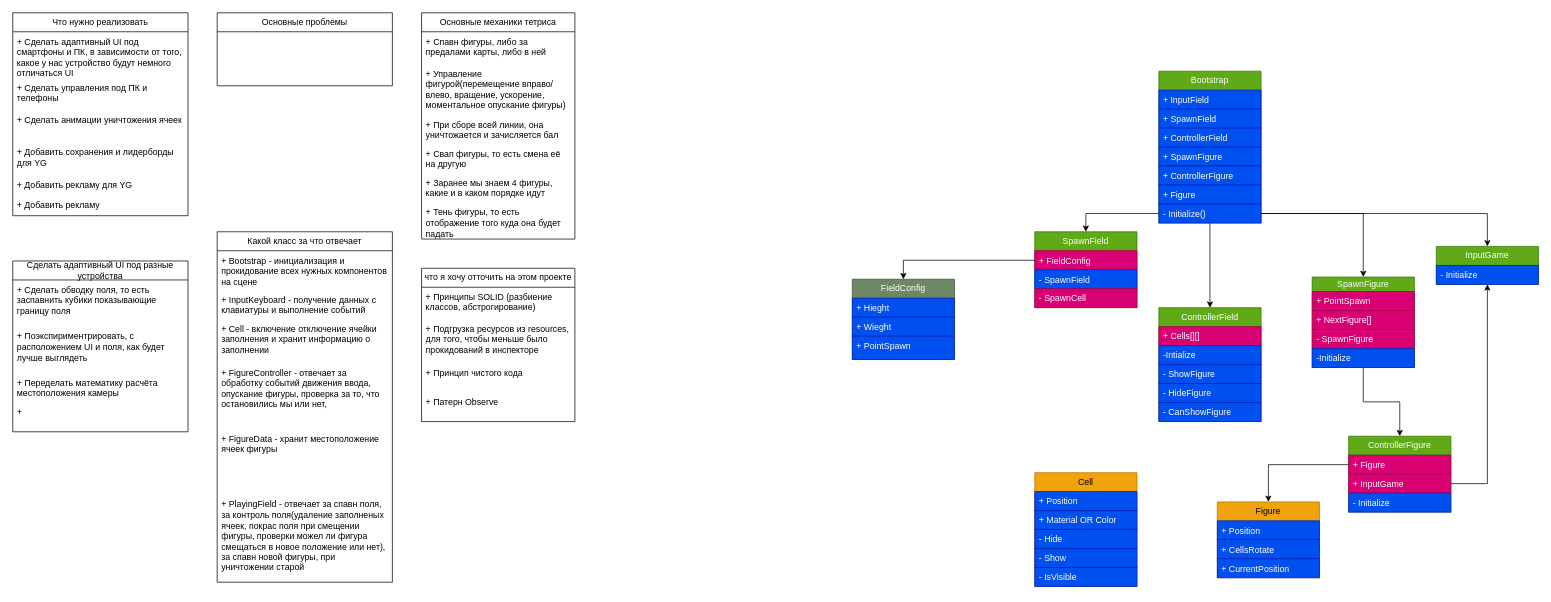
Earlier version of the draw.io diagram TetrisGame.drawio (Bablakov/Tetris). Source tidied: cells renumbered, new cells numbered last; positions are measured from the earlier drawing's top-left corner, leaving out a move shared by most shapes. Both pictures are drawn from the tidied source at 73%, with x=0, y=0 at pixel (12, 12).
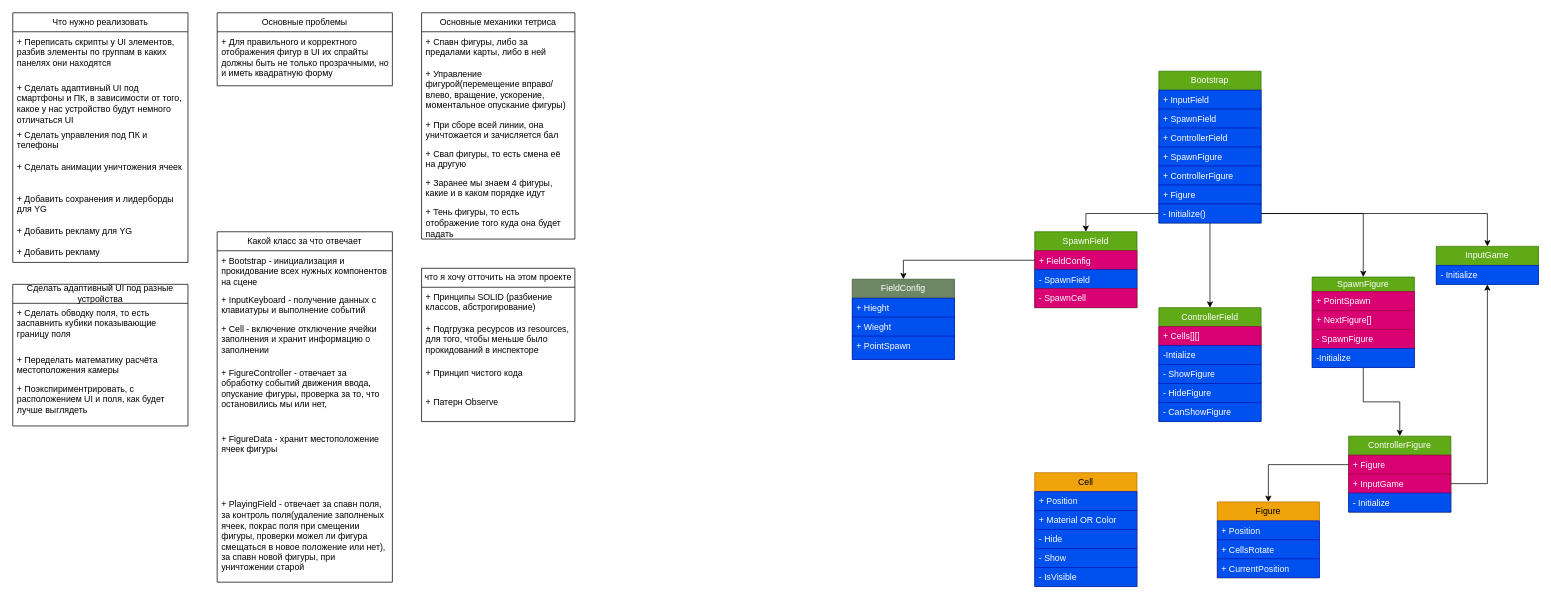
After the change.

Unchanged cells that the change refers to:
```xml
<mxCell id="16" value="Основные проблемы" style="swimlane;fontStyle=0;horizontal=1;startSize=26;fillColor=none;whiteSpace=wrap;html=1;" parent="1" vertex="1">
  <mxGeometry x="280" width="240" height="100" as="geometry" />
</mxCell>
```

The edit, as a diff of the source:
```diff
@@
     <mxCell id="2" value="Что нужно реализовать" style="swimlane;fontStyle=0;horizontal=1;startSize=26;fillColor=none;whiteSpace=wrap;html=1;" parent="1" vertex="1">
-      <mxGeometry width="240" height="278" as="geometry" />
+      <mxGeometry width="240" height="342" as="geometry" />
     </mxCell>
+    <mxCell id="85" value="+ Переписать скрипты у UI элементов, разбив элементы по группам в каких панелях они находятся" style="text;strokeColor=none;fillColor=none;align=left;verticalAlign=top;spacingLeft=4;spacingRight=4;overflow=hidden;whiteSpace=wrap;html=1;" parent="2" vertex="1">
+      <mxGeometry y="26" width="240" height="64" as="geometry" />
+    </mxCell>
     <mxCell id="3" value="+ Сделать адаптивный UI под смартфоны и ПК, в зависимости от того, какое у нас устройство будут немного отличаться UI" style="text;strokeColor=none;fillColor=none;align=left;verticalAlign=top;spacingLeft=4;spacingRight=4;overflow=hidden;whiteSpace=wrap;html=1;" parent="2" vertex="1">
-      <mxGeometry y="26" width="240" height="64" as="geometry" />
+      <mxGeometry y="90" width="240" height="64" as="geometry" />
     </mxCell>
     <mxCell id="4" value="+ Сделать управления под ПК и телефоны" style="text;strokeColor=none;fillColor=none;align=left;verticalAlign=top;spacingLeft=4;spacingRight=4;overflow=hidden;whiteSpace=wrap;html=1;" parent="2" vertex="1">
-      <mxGeometry y="90" width="240" height="44" as="geometry" />
+      <mxGeometry y="154" width="240" height="44" as="geometry" />
     </mxCell>
     <mxCell id="5" value="+ Сделать анимации уничтожения ячеек" style="text;strokeColor=none;fillColor=none;align=left;verticalAlign=top;spacingLeft=4;spacingRight=4;overflow=hidden;whiteSpace=wrap;html=1;" parent="2" vertex="1">
-      <mxGeometry y="134" width="240" height="44" as="geometry" />
+      <mxGeometry y="198" width="240" height="44" as="geometry" />
     </mxCell>
     <mxCell id="6" value="+ Добавить сохранения и лидерборды для YG" style="text;strokeColor=none;fillColor=none;align=left;verticalAlign=top;spacingLeft=4;spacingRight=4;overflow=hidden;whiteSpace=wrap;html=1;" parent="2" vertex="1">
-      <mxGeometry y="178" width="240" height="44" as="geometry" />
+      <mxGeometry y="242" width="240" height="44" as="geometry" />
     </mxCell>
     <mxCell id="7" value="+ Добавить рекламу для YG" style="text;strokeColor=none;fillColor=none;align=left;verticalAlign=top;spacingLeft=4;spacingRight=4;overflow=hidden;whiteSpace=wrap;html=1;" parent="2" vertex="1">
-      <mxGeometry y="222" width="240" height="28" as="geometry" />
+      <mxGeometry y="286" width="240" height="28" as="geometry" />
     </mxCell>
     <mxCell id="8" value="+ Добавить рекламу" style="text;strokeColor=none;fillColor=none;align=left;verticalAlign=top;spacingLeft=4;spacingRight=4;overflow=hidden;whiteSpace=wrap;html=1;" parent="2" vertex="1">
-      <mxGeometry y="250" width="240" height="28" as="geometry" />
+      <mxGeometry y="314" width="240" height="28" as="geometry" />
     </mxCell>
@@
+    <mxCell id="84" value="+ Для правильного и корректного отображения фигур в UI их спрайты должны быть не только прозрачными, но и иметь квадратную форму&lt;div&gt;&lt;br&gt;&lt;/div&gt;" style="text;strokeColor=none;fillColor=none;align=left;verticalAlign=top;spacingLeft=4;spacingRight=4;overflow=hidden;whiteSpace=wrap;html=1;" parent="16" vertex="1">
+      <mxGeometry y="26" width="240" height="74" as="geometry" />
+    </mxCell>
@@
     <mxCell id="80" value="Сделать адаптивный UI под разные устройства" style="swimlane;fontStyle=0;horizontal=1;startSize=26;fillColor=none;whiteSpace=wrap;html=1;" parent="1" vertex="1">
-      <mxGeometry y="340" width="240" height="234" as="geometry" />
+      <mxGeometry y="372" width="240" height="194" as="geometry" />
     </mxCell>
@@
+    <mxCell id="83" value="+ Переделать математику расчёта местоположения камеры" style="text;strokeColor=none;fillColor=none;align=left;verticalAlign=top;spacingLeft=4;spacingRight=4;overflow=hidden;whiteSpace=wrap;html=1;" parent="80" vertex="1">
+      <mxGeometry y="90" width="240" height="40" as="geometry" />
+    </mxCell>
     <mxCell id="82" value="+ Поэкспириментрировать, с расположением UI и поля, как будет лучше выглядеть" style="text;strokeColor=none;fillColor=none;align=left;verticalAlign=top;spacingLeft=4;spacingRight=4;overflow=hidden;whiteSpace=wrap;html=1;" parent="80" vertex="1">
-      <mxGeometry y="90" width="240" height="64" as="geometry" />
+      <mxGeometry y="130" width="240" height="64" as="geometry" />
     </mxCell>
-    <mxCell id="83" value="+ Переделать математику расчёта местоположения камеры" style="text;strokeColor=none;fillColor=none;align=left;verticalAlign=top;spacingLeft=4;spacingRight=4;overflow=hidden;whiteSpace=wrap;html=1;" parent="80" vertex="1">
-      <mxGeometry y="154" width="240" height="40" as="geometry" />
-    </mxCell>
-    <mxCell id="84" value="+&amp;nbsp;" style="text;strokeColor=none;fillColor=none;align=left;verticalAlign=top;spacingLeft=4;spacingRight=4;overflow=hidden;whiteSpace=wrap;html=1;" parent="80" vertex="1">
-      <mxGeometry y="194" width="240" height="40" as="geometry" />
-    </mxCell>
```
